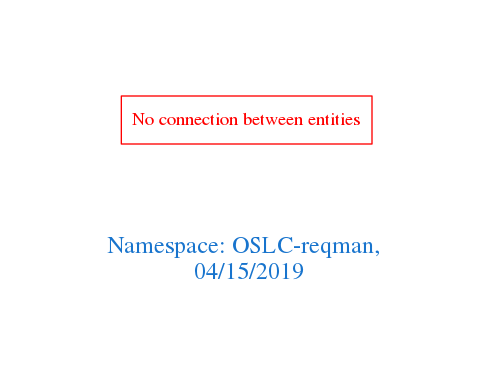
Before: downloads/OSLC-reqman.png, a diagram exported from Graphviz (arago/OGIT). Its source is kept beside it as downloads/OSLC-reqman.dot.
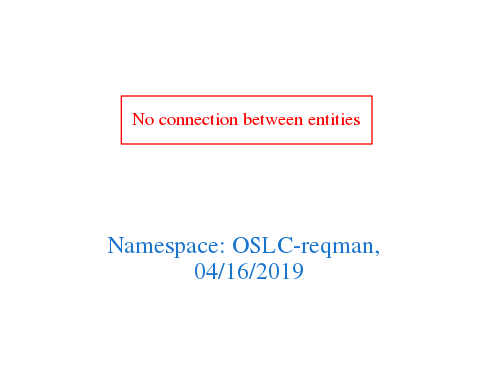
After the change.

The edit, as a diff of the source:
```diff
@@ -1,7 +1,7 @@
 digraph OGIT_ontology {
  graph [ rankdir= LR,pad=1
 fontsize = 18,
-fontcolor= dodgerblue3,label = "\n\n\nNamespace: OSLC-reqman, \n 04/15/2019"];
+fontcolor= dodgerblue3,label = "\n\n\nNamespace: OSLC-reqman, \n 04/16/2019"];
 node[shape=polygon];
 edge [  color="gray81"];
 
```
